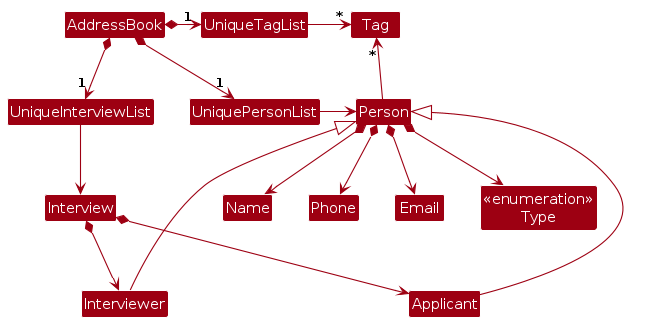
The PlantUML diagram diagrams/BetterModelClassDiagram.png in AY2324S2-CS2103T-F11-3/tp, before a commit. Its source is kept beside it as diagrams/BetterModelClassDiagram.puml.
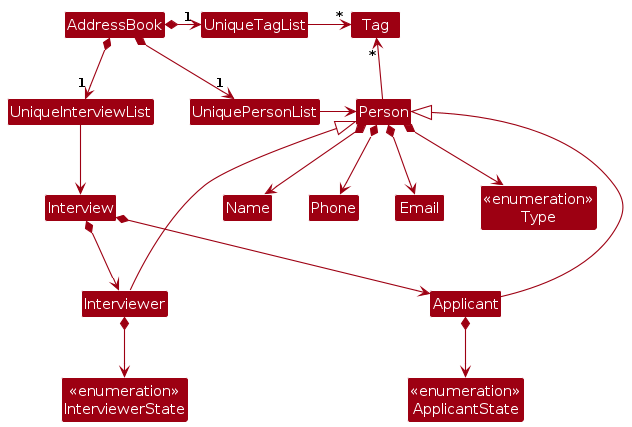
The same file after the commit.

Change to the diagram source:
```diff
@@ -5,6 +5,8 @@
 skinparam classBackgroundColor MODEL_COLOR
 
 Enum "<<enumeration>>\nType" as Type
+Enum "<<enumeration>>\nApplicantState" as ApplicantState
+Enum "<<enumeration>>\nInterviewerState" as InterviewerState
 
 AddressBook *-right-> "1" UniquePersonList
 AddressBook *-right-> "1" UniqueInterviewList
@@ -27,5 +29,7 @@
 Interview *--> Applicant
 
 Applicant -up--|>Person
+Applicant *--> ApplicantState
+Interviewer *--> InterviewerState
 Interviewer -up--|>Person
 @enduml
```
